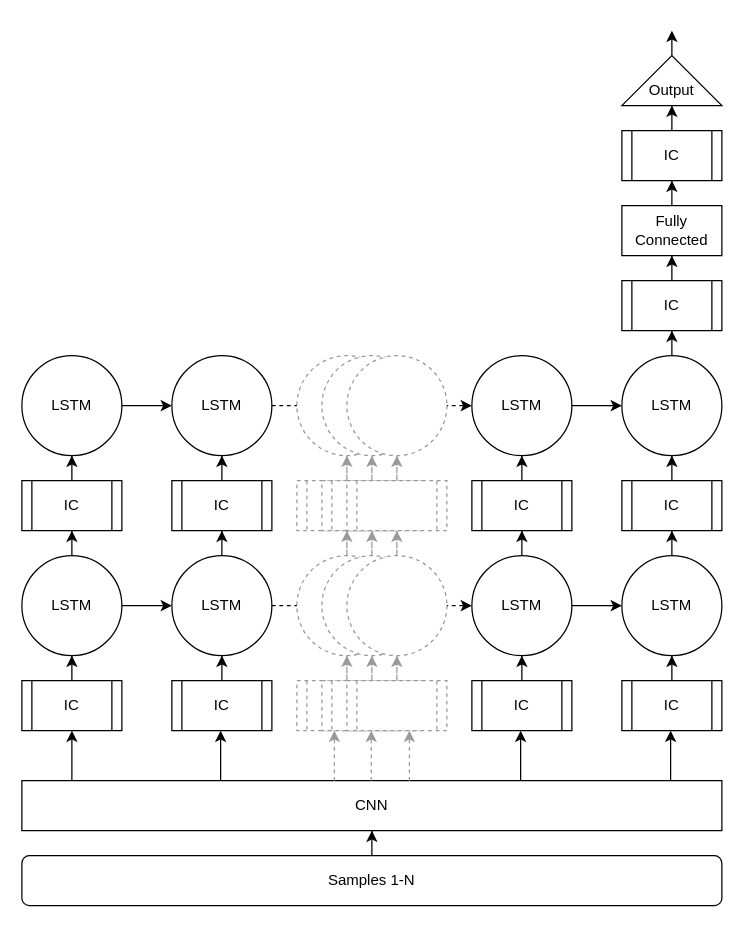
Above: docs/Model-Design/LSTM/resources/model_lstm_cnn.drawio in sjawhar/no-wander (draw.io), before the change. Source tidied: cells renumbered, new cells numbered last; positions are measured from the earlier drawing's top-left corner, leaving out a move shared by most shapes. Both pictures are drawn from the tidied source at 125%, with x=0, y=0 at pixel (21, 30).
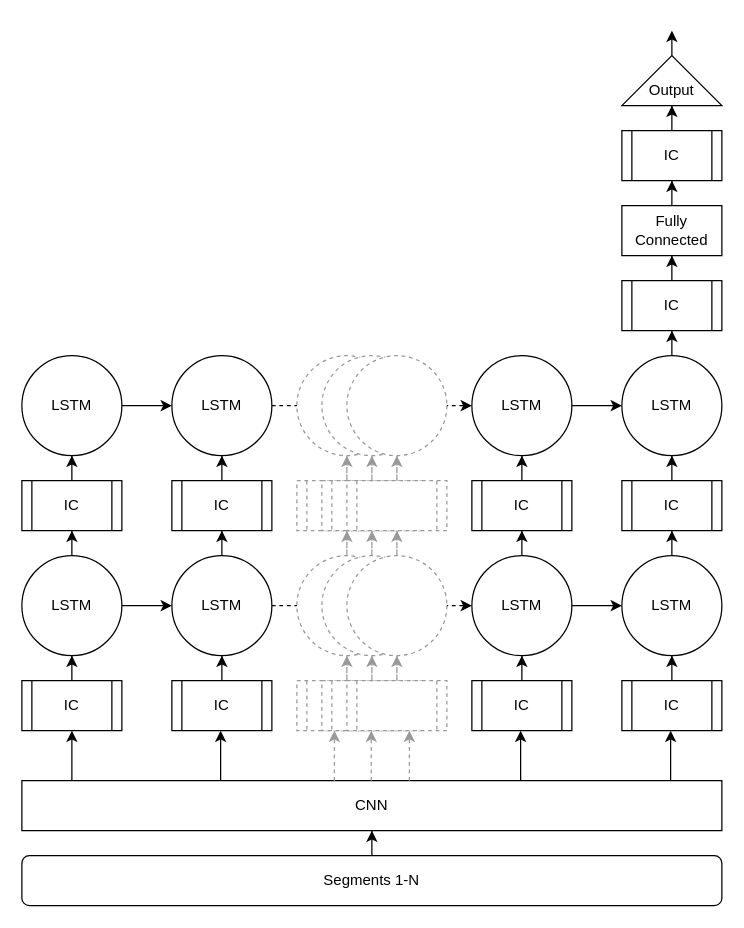
The same page after the edit.

What changed in the source:
```diff
@@
-    <mxCell id="12" value="Samples 1-N" style="rounded=1;whiteSpace=wrap;html=1;" parent="1" vertex="1">
+    <mxCell id="12" value="Segments 1-N" style="rounded=1;whiteSpace=wrap;html=1;" parent="1" vertex="1">
       <mxGeometry y="660" width="560" height="40" as="geometry" />
     </mxCell>
```
